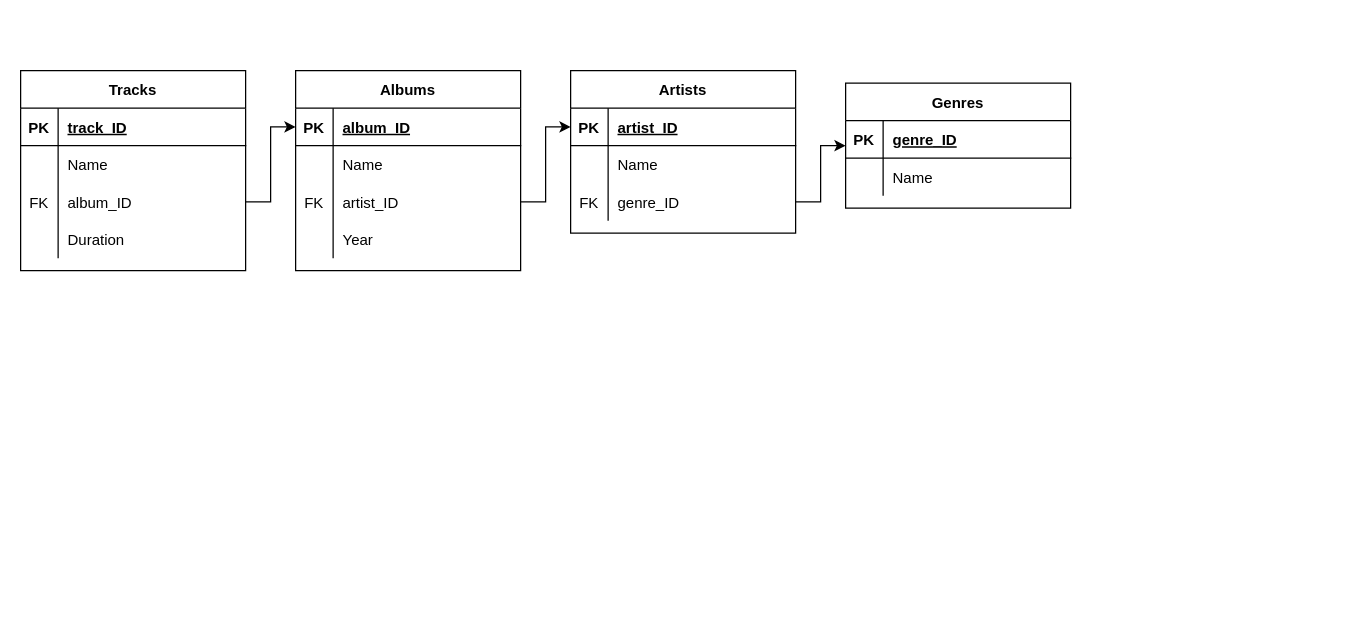
Before: task_1.drawio in KeplerXIII/MusicSite, a draw.io diagram. Source tidied: cells renumbered, new cells numbered last; positions are measured from the earlier drawing's top-left corner, leaving out a move shared by most shapes. Both pictures are drawn from the tidied source at 125%, with x=0, y=0 at pixel (20, 70).
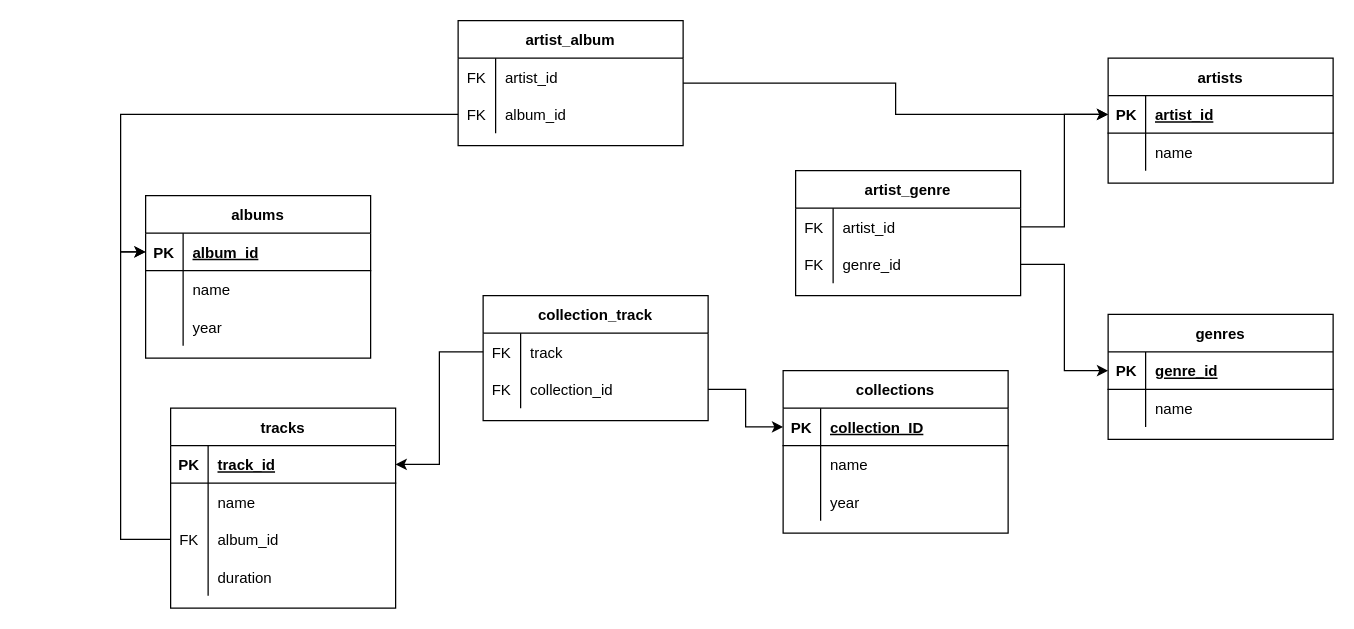
The same diagram, later.

The change refers to these unchanged cells:
```xml
<mxCell id="3" style="shape=tableRow;horizontal=0;startSize=0;swimlaneHead=0;swimlaneBody=0;fillColor=none;points=[[0,0.5],[1,0.5]];portConstraint=eastwest;top=0;left=0;right=0;bottom=1;" parent="2" vertex="1">
  <mxGeometry y="30" width="180" height="30" as="geometry" />
</mxCell>
<mxCell id="6" style="shape=tableRow;horizontal=0;startSize=0;swimlaneHead=0;swimlaneBody=0;fillColor=none;top=0;left=0;right=0;bottom=0;" parent="2" vertex="1">
  <mxGeometry y="60" width="180" height="30" as="geometry" />
</mxCell>
<mxCell id="10" style="shape=tableRow;horizontal=0;startSize=0;swimlaneHead=0;swimlaneBody=0;fillColor=none;points=[[0,0.5],[1,0.5]];portConstraint=eastwest;top=0;left=0;right=0;bottom=1;" parent="9" vertex="1">
  <mxGeometry y="30" width="180" height="30" as="geometry" />
</mxCell>
<mxCell id="13" style="shape=tableRow;horizontal=0;startSize=0;swimlaneHead=0;swimlaneBody=0;fillColor=none;top=0;left=0;right=0;bottom=0;" parent="9" vertex="1">
  <mxGeometry y="60" width="180" height="30" as="geometry" />
</mxCell>
<mxCell id="20" style="shape=tableRow;horizontal=0;startSize=0;swimlaneHead=0;swimlaneBody=0;fillColor=none;points=[[0,0.5],[1,0.5]];portConstraint=eastwest;top=0;left=0;right=0;bottom=1;" parent="19" vertex="1">
  <mxGeometry y="30" width="180" height="30" as="geometry" />
</mxCell>
<mxCell id="23" style="shape=tableRow;horizontal=0;startSize=0;swimlaneHead=0;swimlaneBody=0;fillColor=none;top=0;left=0;right=0;bottom=0;" parent="19" vertex="1">
  <mxGeometry y="60" width="180" height="30" as="geometry" />
</mxCell>
<mxCell id="33" style="shape=tableRow;horizontal=0;startSize=0;swimlaneHead=0;swimlaneBody=0;fillColor=none;points=[[0,0.5],[1,0.5]];portConstraint=eastwest;top=0;left=0;right=0;bottom=1;" parent="32" vertex="1">
  <mxGeometry y="30" width="180" height="30" as="geometry" />
</mxCell>
<mxCell id="36" style="shape=tableRow;horizontal=0;startSize=0;swimlaneHead=0;swimlaneBody=0;fillColor=none;top=0;left=0;right=0;bottom=0;" parent="32" vertex="1">
  <mxGeometry y="60" width="180" height="30" as="geometry" />
</mxCell>
<mxCell id="39" style="shape=tableRow;horizontal=0;startSize=0;swimlaneHead=0;swimlaneBody=0;fillColor=none;points=[[0,0.5],[1,0.5]];portConstraint=eastwest;top=0;left=0;right=0;bottom=0;" parent="32" vertex="1">
  <mxGeometry y="90" width="180" height="30" as="geometry" />
</mxCell>
<mxCell id="42" style="shape=tableRow;horizontal=0;startSize=0;swimlaneHead=0;swimlaneBody=0;fillColor=none;top=0;left=0;right=0;bottom=0;" parent="32" vertex="1">
  <mxGeometry y="120" width="180" height="30" as="geometry" />
</mxCell>
```

The edit, as a diff of the source:
```diff
@@
-    <mxCell id="2" value="Genres" style="shape=table;startSize=30;childLayout=tableLayout;rowLines=0;fontStyle=1;align=center;" parent="1" vertex="1">
-      <mxGeometry x="660" y="10" width="180" height="100" as="geometry" />
+    <mxCell id="2" value="genres" style="shape=table;startSize=30;childLayout=tableLayout;rowLines=0;fontStyle=1;align=center;" parent="1" vertex="1">
+      <mxGeometry x="870" y="195" width="180" height="100" as="geometry" />
     </mxCell>
@@
-    <mxCell id="5" value="genre_ID" style="shape=partialRectangle;fillColor=none;top=0;left=0;bottom=0;right=0;align=left;spacingLeft=6;fontStyle=5;overflow=hidden;" parent="3" vertex="1">
+    <mxCell id="5" value="genre_id" style="shape=partialRectangle;fillColor=none;top=0;left=0;bottom=0;right=0;align=left;spacingLeft=6;fontStyle=5;overflow=hidden;" parent="3" vertex="1">
       <mxGeometry x="30" width="150" height="30" as="geometry" />
     </mxCell>
@@
-    <mxCell id="8" value="Name" style="shape=partialRectangle;fillColor=none;top=0;left=0;bottom=0;right=0;align=left;spacingLeft=6;overflow=hidden;" parent="6" vertex="1">
+    <mxCell id="8" value="name" style="shape=partialRectangle;fillColor=none;top=0;left=0;bottom=0;right=0;align=left;spacingLeft=6;overflow=hidden;" parent="6" vertex="1">
       <mxGeometry x="30" width="150" height="30" as="geometry" />
     </mxCell>
-    <mxCell id="9" value="Artists" style="shape=table;startSize=30;childLayout=tableLayout;rowLines=0;fontStyle=1;align=center;" parent="1" vertex="1">
-      <mxGeometry x="440" width="180" height="130" as="geometry" />
+    <mxCell id="9" value="artists" style="shape=table;startSize=30;childLayout=tableLayout;rowLines=0;fontStyle=1;align=center;" parent="1" vertex="1">
+      <mxGeometry x="870" y="-10" width="180" height="100" as="geometry" />
     </mxCell>
@@
-    <mxCell id="12" value="artist_ID" style="shape=partialRectangle;fillColor=none;top=0;left=0;bottom=0;right=0;align=left;spacingLeft=6;fontStyle=5;overflow=hidden;" parent="10" vertex="1">
+    <mxCell id="12" value="artist_id" style="shape=partialRectangle;fillColor=none;top=0;left=0;bottom=0;right=0;align=left;spacingLeft=6;fontStyle=5;overflow=hidden;" parent="10" vertex="1">
       <mxGeometry x="30" width="150" height="30" as="geometry" />
     </mxCell>
@@
-    <mxCell id="15" value="Name" style="shape=partialRectangle;fillColor=none;top=0;left=0;bottom=0;right=0;align=left;spacingLeft=6;overflow=hidden;" parent="13" vertex="1">
+    <mxCell id="15" value="name" style="shape=partialRectangle;fillColor=none;top=0;left=0;bottom=0;right=0;align=left;spacingLeft=6;overflow=hidden;" parent="13" vertex="1">
       <mxGeometry x="30" width="150" height="30" as="geometry" />
     </mxCell>
-    <mxCell id="16" style="shape=tableRow;horizontal=0;startSize=0;swimlaneHead=0;swimlaneBody=0;fillColor=none;points=[[0,0.5],[1,0.5]];portConstraint=eastwest;top=0;left=0;right=0;bottom=0;" parent="9" vertex="1">
-      <mxGeometry y="90" width="180" height="30" as="geometry" />
-    </mxCell>
-    <mxCell id="17" value="FK" style="shape=partialRectangle;fillColor=none;top=0;left=0;bottom=0;right=0;overflow=hidden;" parent="16" vertex="1">
-      <mxGeometry width="30" height="30" as="geometry" />
-    </mxCell>
-    <mxCell id="18" value="genre_ID" style="shape=partialRectangle;fillColor=none;top=0;left=0;bottom=0;right=0;align=left;spacingLeft=6;overflow=hidden;" parent="16" vertex="1">
-      <mxGeometry x="30" width="150" height="30" as="geometry" />
-    </mxCell>
-    <mxCell id="19" value="Albums" style="shape=table;startSize=30;childLayout=tableLayout;rowLines=0;fontStyle=1;align=center;" parent="1" vertex="1">
-      <mxGeometry x="220" width="180" height="160" as="geometry" />
+    <mxCell id="19" value="albums" style="shape=table;startSize=30;childLayout=tableLayout;rowLines=0;fontStyle=1;align=center;" parent="1" vertex="1">
+      <mxGeometry x="100" y="100" width="180" height="130" as="geometry" />
     </mxCell>
@@
-    <mxCell id="22" value="album_ID" style="shape=partialRectangle;fillColor=none;top=0;left=0;bottom=0;right=0;align=left;spacingLeft=6;fontStyle=5;overflow=hidden;" parent="20" vertex="1">
+    <mxCell id="22" value="album_id" style="shape=partialRectangle;fillColor=none;top=0;left=0;bottom=0;right=0;align=left;spacingLeft=6;fontStyle=5;overflow=hidden;" parent="20" vertex="1">
       <mxGeometry x="30" width="150" height="30" as="geometry" />
     </mxCell>
@@
-    <mxCell id="25" value="Name" style="shape=partialRectangle;fillColor=none;top=0;left=0;bottom=0;right=0;align=left;spacingLeft=6;overflow=hidden;" parent="23" vertex="1">
+    <mxCell id="25" value="name" style="shape=partialRectangle;fillColor=none;top=0;left=0;bottom=0;right=0;align=left;spacingLeft=6;overflow=hidden;" parent="23" vertex="1">
       <mxGeometry x="30" width="150" height="30" as="geometry" />
     </mxCell>
-    <mxCell id="26" style="shape=tableRow;horizontal=0;startSize=0;swimlaneHead=0;swimlaneBody=0;fillColor=none;points=[[0,0.5],[1,0.5]];portConstraint=eastwest;top=0;left=0;right=0;bottom=0;" parent="19" vertex="1">
-      <mxGeometry y="90" width="180" height="30" as="geometry" />
-    </mxCell>
-    <mxCell id="27" value="FK" style="shape=partialRectangle;fillColor=none;top=0;left=0;bottom=0;right=0;overflow=hidden;" parent="26" vertex="1">
-      <mxGeometry width="30" height="30" as="geometry" />
-    </mxCell>
-    <mxCell id="28" value="artist_ID" style="shape=partialRectangle;fillColor=none;top=0;left=0;bottom=0;right=0;align=left;spacingLeft=6;overflow=hidden;" parent="26" vertex="1">
-      <mxGeometry x="30" width="150" height="30" as="geometry" />
-    </mxCell>
     <mxCell id="29" style="shape=tableRow;horizontal=0;startSize=0;swimlaneHead=0;swimlaneBody=0;fillColor=none;top=0;left=0;right=0;bottom=0;" parent="19" vertex="1">
-      <mxGeometry y="120" width="180" height="30" as="geometry" />
+      <mxGeometry y="90" width="180" height="30" as="geometry" />
     </mxCell>
@@
-    <mxCell id="31" value="Year" style="shape=partialRectangle;fillColor=none;top=0;left=0;bottom=0;right=0;align=left;spacingLeft=6;overflow=hidden;" parent="29" vertex="1">
+    <mxCell id="31" value="year" style="shape=partialRectangle;fillColor=none;top=0;left=0;bottom=0;right=0;align=left;spacingLeft=6;overflow=hidden;" parent="29" vertex="1">
       <mxGeometry x="30" width="150" height="30" as="geometry" />
     </mxCell>
-    <mxCell id="32" value="Tracks" style="shape=table;startSize=30;childLayout=tableLayout;rowLines=0;fontStyle=1;align=center;" parent="1" vertex="1">
-      <mxGeometry width="180" height="160" as="geometry" />
+    <mxCell id="32" value="tracks" style="shape=table;startSize=30;childLayout=tableLayout;rowLines=0;fontStyle=1;align=center;" parent="1" vertex="1">
+      <mxGeometry x="120" y="270" width="180" height="160" as="geometry" />
     </mxCell>
@@
-    <mxCell id="35" value="track_ID" style="shape=partialRectangle;fillColor=none;top=0;left=0;bottom=0;right=0;align=left;spacingLeft=6;fontStyle=5;overflow=hidden;" parent="33" vertex="1">
+    <mxCell id="35" value="track_id" style="shape=partialRectangle;fillColor=none;top=0;left=0;bottom=0;right=0;align=left;spacingLeft=6;fontStyle=5;overflow=hidden;" parent="33" vertex="1">
       <mxGeometry x="30" width="150" height="30" as="geometry" />
     </mxCell>
@@
-    <mxCell id="38" value="Name" style="shape=partialRectangle;fillColor=none;top=0;left=0;bottom=0;right=0;align=left;spacingLeft=6;overflow=hidden;" parent="36" vertex="1">
+    <mxCell id="38" value="name" style="shape=partialRectangle;fillColor=none;top=0;left=0;bottom=0;right=0;align=left;spacingLeft=6;overflow=hidden;" parent="36" vertex="1">
       <mxGeometry x="30" width="150" height="30" as="geometry" />
     </mxCell>
@@
-    <mxCell id="41" value="album_ID" style="shape=partialRectangle;fillColor=none;top=0;left=0;bottom=0;right=0;align=left;spacingLeft=6;overflow=hidden;" parent="39" vertex="1">
+    <mxCell id="41" value="album_id" style="shape=partialRectangle;fillColor=none;top=0;left=0;bottom=0;right=0;align=left;spacingLeft=6;overflow=hidden;" parent="39" vertex="1">
       <mxGeometry x="30" width="150" height="30" as="geometry" />
     </mxCell>
@@
-    <mxCell id="44" value="Duration" style="shape=partialRectangle;fillColor=none;top=0;left=0;bottom=0;right=0;align=left;spacingLeft=6;overflow=hidden;" parent="42" vertex="1">
+    <mxCell id="44" value="duration" style="shape=partialRectangle;fillColor=none;top=0;left=0;bottom=0;right=0;align=left;spacingLeft=6;overflow=hidden;" parent="42" vertex="1">
       <mxGeometry x="30" width="150" height="30" as="geometry" />
     </mxCell>
+    <mxCell id="47" style="edgeStyle=orthogonalEdgeStyle;rounded=0;jettySize=auto;html=1;entryX=1;entryY=0.5;entryDx=0;entryDy=0;" parent="1" edge="1" target="3">
+      <mxGeometry relative="1" as="geometry" />
+    </mxCell>
+    <mxCell id="48" value="artist_genre" style="shape=table;startSize=30;childLayout=tableLayout;rowLines=0;fontStyle=1;align=center;" parent="1" vertex="1">
+      <mxGeometry x="620" y="80" width="180" height="100" as="geometry" />
+    </mxCell>
+    <mxCell id="49" style="shape=tableRow;horizontal=0;startSize=0;swimlaneHead=0;swimlaneBody=0;fillColor=none;points=[[0,0.5],[1,0.5]];portConstraint=eastwest;top=0;left=0;right=0;bottom=0;" parent="48" vertex="1">
+      <mxGeometry y="30" width="180" height="30" as="geometry" />
+    </mxCell>
+    <mxCell id="50" value="FK" style="shape=partialRectangle;fillColor=none;top=0;left=0;bottom=0;right=0;overflow=hidden;" parent="49" vertex="1">
+      <mxGeometry width="30" height="30" as="geometry" />
+    </mxCell>
+    <mxCell id="51" value="artist_id" style="shape=partialRectangle;fillColor=none;top=0;left=0;bottom=0;right=0;align=left;spacingLeft=6;overflow=hidden;" parent="49" vertex="1">
+      <mxGeometry x="30" width="150" height="30" as="geometry" />
+    </mxCell>
+    <mxCell id="52" style="shape=tableRow;horizontal=0;startSize=0;swimlaneHead=0;swimlaneBody=0;fillColor=none;points=[[0,0.5],[1,0.5]];portConstraint=eastwest;top=0;left=0;right=0;bottom=0;" parent="48" vertex="1">
+      <mxGeometry y="60" width="180" height="30" as="geometry" />
+    </mxCell>
+    <mxCell id="53" value="FK" style="shape=partialRectangle;fillColor=none;top=0;left=0;bottom=0;right=0;overflow=hidden;" parent="52" vertex="1">
+      <mxGeometry width="30" height="30" as="geometry" />
+    </mxCell>
+    <mxCell id="54" value="genre_id" style="shape=partialRectangle;fillColor=none;top=0;left=0;bottom=0;right=0;align=left;spacingLeft=6;overflow=hidden;" parent="52" vertex="1">
+      <mxGeometry x="30" width="150" height="30" as="geometry" />
+    </mxCell>
+    <mxCell id="55" style="edgeStyle=orthogonalEdgeStyle;rounded=0;jettySize=auto;html=1;entryX=0;entryY=0.5;entryDx=0;entryDy=0;" parent="1" edge="1" source="56" target="10">
+      <mxGeometry relative="1" as="geometry" />
+    </mxCell>
+    <mxCell id="56" value="artist_album" style="shape=table;startSize=30;childLayout=tableLayout;rowLines=0;fontStyle=1;align=center;" parent="1" vertex="1">
+      <mxGeometry x="350" y="-40" width="180" height="100" as="geometry" />
+    </mxCell>
+    <mxCell id="57" style="shape=tableRow;horizontal=0;startSize=0;swimlaneHead=0;swimlaneBody=0;fillColor=none;top=0;left=0;right=0;bottom=0;" parent="56" vertex="1">
+      <mxGeometry y="30" width="180" height="30" as="geometry" />
+    </mxCell>
+    <mxCell id="58" value="FK" style="shape=partialRectangle;fillColor=none;top=0;left=0;bottom=0;right=0;overflow=hidden;" parent="57" vertex="1">
+      <mxGeometry width="30" height="30" as="geometry" />
+    </mxCell>
+    <mxCell id="59" value="artist_id" style="shape=partialRectangle;fillColor=none;top=0;left=0;bottom=0;right=0;align=left;spacingLeft=6;overflow=hidden;" parent="57" vertex="1">
+      <mxGeometry x="30" width="150" height="30" as="geometry" />
+    </mxCell>
+    <mxCell id="60" style="shape=tableRow;horizontal=0;startSize=0;swimlaneHead=0;swimlaneBody=0;fillColor=none;points=[[0,0.5],[1,0.5]];portConstraint=eastwest;top=0;left=0;right=0;bottom=0;" parent="56" vertex="1">
+      <mxGeometry y="60" width="180" height="30" as="geometry" />
+    </mxCell>
+    <mxCell id="61" value="FK" style="shape=partialRectangle;fillColor=none;top=0;left=0;bottom=0;right=0;overflow=hidden;" parent="60" vertex="1">
+      <mxGeometry width="30" height="30" as="geometry" />
+    </mxCell>
+    <mxCell id="62" value="album_id" style="shape=partialRectangle;fillColor=none;top=0;left=0;bottom=0;right=0;align=left;spacingLeft=6;overflow=hidden;" parent="60" vertex="1">
+      <mxGeometry x="30" width="150" height="30" as="geometry" />
+    </mxCell>
+    <mxCell id="63" value="collection_track" style="shape=table;startSize=30;childLayout=tableLayout;rowLines=0;fontStyle=1;align=center;" parent="1" vertex="1">
+      <mxGeometry x="370" y="180" width="180" height="100" as="geometry" />
+    </mxCell>
+    <mxCell id="64" style="shape=tableRow;horizontal=0;startSize=0;swimlaneHead=0;swimlaneBody=0;fillColor=none;points=[[0,0.5],[1,0.5]];portConstraint=eastwest;top=0;left=0;right=0;bottom=0;" parent="63" vertex="1">
+      <mxGeometry y="30" width="180" height="30" as="geometry" />
+    </mxCell>
+    <mxCell id="65" value="FK" style="shape=partialRectangle;fillColor=none;top=0;left=0;bottom=0;right=0;overflow=hidden;" parent="64" vertex="1">
+      <mxGeometry width="30" height="30" as="geometry" />
+    </mxCell>
+    <mxCell id="66" value="track" style="shape=partialRectangle;fillColor=none;top=0;left=0;bottom=0;right=0;align=left;spacingLeft=6;overflow=hidden;" parent="64" vertex="1">
+      <mxGeometry x="30" width="150" height="30" as="geometry" />
+    </mxCell>
+    <mxCell id="67" style="shape=tableRow;horizontal=0;startSize=0;swimlaneHead=0;swimlaneBody=0;fillColor=none;points=[[0,0.5],[1,0.5]];portConstraint=eastwest;top=0;left=0;right=0;bottom=0;" parent="63" vertex="1">
+      <mxGeometry y="60" width="180" height="30" as="geometry" />
+    </mxCell>
+    <mxCell id="68" value="FK" style="shape=partialRectangle;fillColor=none;top=0;left=0;bottom=0;right=0;overflow=hidden;" parent="67" vertex="1">
+      <mxGeometry width="30" height="30" as="geometry" />
+    </mxCell>
+    <mxCell id="69" value="collection_id" style="shape=partialRectangle;fillColor=none;top=0;left=0;bottom=0;right=0;align=left;spacingLeft=6;overflow=hidden;" parent="67" vertex="1">
+      <mxGeometry x="30" width="150" height="30" as="geometry" />
+    </mxCell>
+    <mxCell id="70" style="edgeStyle=orthogonalEdgeStyle;rounded=0;jettySize=auto;html=1;entryX=0;entryY=0.5;entryDx=0;entryDy=0;" parent="1" edge="1" source="49" target="10">
+      <mxGeometry relative="1" as="geometry" />
+    </mxCell>
+    <mxCell id="71" style="edgeStyle=orthogonalEdgeStyle;rounded=0;jettySize=auto;html=1;entryX=0;entryY=0.5;entryDx=0;entryDy=0;" parent="1" edge="1" source="52" target="3">
+      <mxGeometry relative="1" as="geometry" />
+    </mxCell>
+    <mxCell id="72" style="edgeStyle=orthogonalEdgeStyle;rounded=0;jettySize=auto;html=1;entryX=0;entryY=0.5;entryDx=0;entryDy=0;" parent="1" edge="1" source="60" target="20">
+      <mxGeometry relative="1" as="geometry" />
+    </mxCell>
@@
-    <mxCell id="46" style="edgeStyle=orthogonalEdgeStyle;rounded=0;jettySize=auto;html=1;entryX=0;entryY=0.5;entryDx=0;entryDy=0;" parent="1" edge="1" source="26" target="10">
-      <mxGeometry relative="1" as="geometry" />
-    </mxCell>
-    <mxCell id="47" style="edgeStyle=orthogonalEdgeStyle;rounded=0;jettySize=auto;html=1;entryX=0;entryY=0.5;entryDx=0;entryDy=0;" parent="1" edge="1" source="16" target="2">
-      <mxGeometry relative="1" as="geometry" />
-    </mxCell>
+    <mxCell id="73" value="collections" style="shape=table;startSize=30;childLayout=tableLayout;rowLines=0;fontStyle=1;align=center;" parent="1" vertex="1">
+      <mxGeometry x="610" y="240" width="180" height="130" as="geometry" />
+    </mxCell>
+    <mxCell id="74" style="shape=tableRow;horizontal=0;startSize=0;swimlaneHead=0;swimlaneBody=0;fillColor=none;points=[[0,0.5],[1,0.5]];portConstraint=eastwest;top=0;left=0;right=0;bottom=1;" parent="73" vertex="1">
+      <mxGeometry y="30" width="180" height="30" as="geometry" />
+    </mxCell>
+    <mxCell id="75" value="PK" style="shape=partialRectangle;fillColor=none;top=0;left=0;bottom=0;right=0;fontStyle=1;overflow=hidden;" parent="74" vertex="1">
+      <mxGeometry width="30" height="30" as="geometry" />
+    </mxCell>
+    <mxCell id="76" value="collection_ID" style="shape=partialRectangle;fillColor=none;top=0;left=0;bottom=0;right=0;align=left;spacingLeft=6;fontStyle=5;overflow=hidden;" parent="74" vertex="1">
+      <mxGeometry x="30" width="150" height="30" as="geometry" />
+    </mxCell>
+    <mxCell id="77" style="shape=tableRow;horizontal=0;startSize=0;swimlaneHead=0;swimlaneBody=0;fillColor=none;top=0;left=0;right=0;bottom=0;" parent="73" vertex="1">
+      <mxGeometry y="60" width="180" height="30" as="geometry" />
+    </mxCell>
+    <mxCell id="78" style="shape=partialRectangle;fillColor=none;top=0;left=0;bottom=0;right=0;overflow=hidden;" parent="77" vertex="1">
+      <mxGeometry width="30" height="30" as="geometry" />
+    </mxCell>
+    <mxCell id="79" value="name" style="shape=partialRectangle;fillColor=none;top=0;left=0;bottom=0;right=0;align=left;spacingLeft=6;overflow=hidden;" parent="77" vertex="1">
+      <mxGeometry x="30" width="150" height="30" as="geometry" />
+    </mxCell>
+    <mxCell id="80" style="shape=tableRow;horizontal=0;startSize=0;swimlaneHead=0;swimlaneBody=0;fillColor=none;top=0;left=0;right=0;bottom=0;" parent="73" vertex="1">
+      <mxGeometry y="90" width="180" height="30" as="geometry" />
+    </mxCell>
+    <mxCell id="81" style="shape=partialRectangle;fillColor=none;top=0;left=0;bottom=0;right=0;overflow=hidden;" parent="80" vertex="1">
+      <mxGeometry width="30" height="30" as="geometry" />
+    </mxCell>
+    <mxCell id="82" value="year" style="shape=partialRectangle;fillColor=none;top=0;left=0;bottom=0;right=0;align=left;spacingLeft=6;overflow=hidden;" parent="80" vertex="1">
+      <mxGeometry x="30" width="150" height="30" as="geometry" />
+    </mxCell>
+    <mxCell id="83" style="edgeStyle=orthogonalEdgeStyle;rounded=0;jettySize=auto;html=1;entryX=1;entryY=0.5;entryDx=0;entryDy=0;" parent="1" edge="1" source="64" target="33">
+      <mxGeometry relative="1" as="geometry" />
+    </mxCell>
+    <mxCell id="84" style="edgeStyle=orthogonalEdgeStyle;rounded=0;jettySize=auto;html=1;entryX=0;entryY=0.5;entryDx=0;entryDy=0;" parent="1" edge="1" source="67" target="74">
+      <mxGeometry relative="1" as="geometry" />
+    </mxCell>
```
